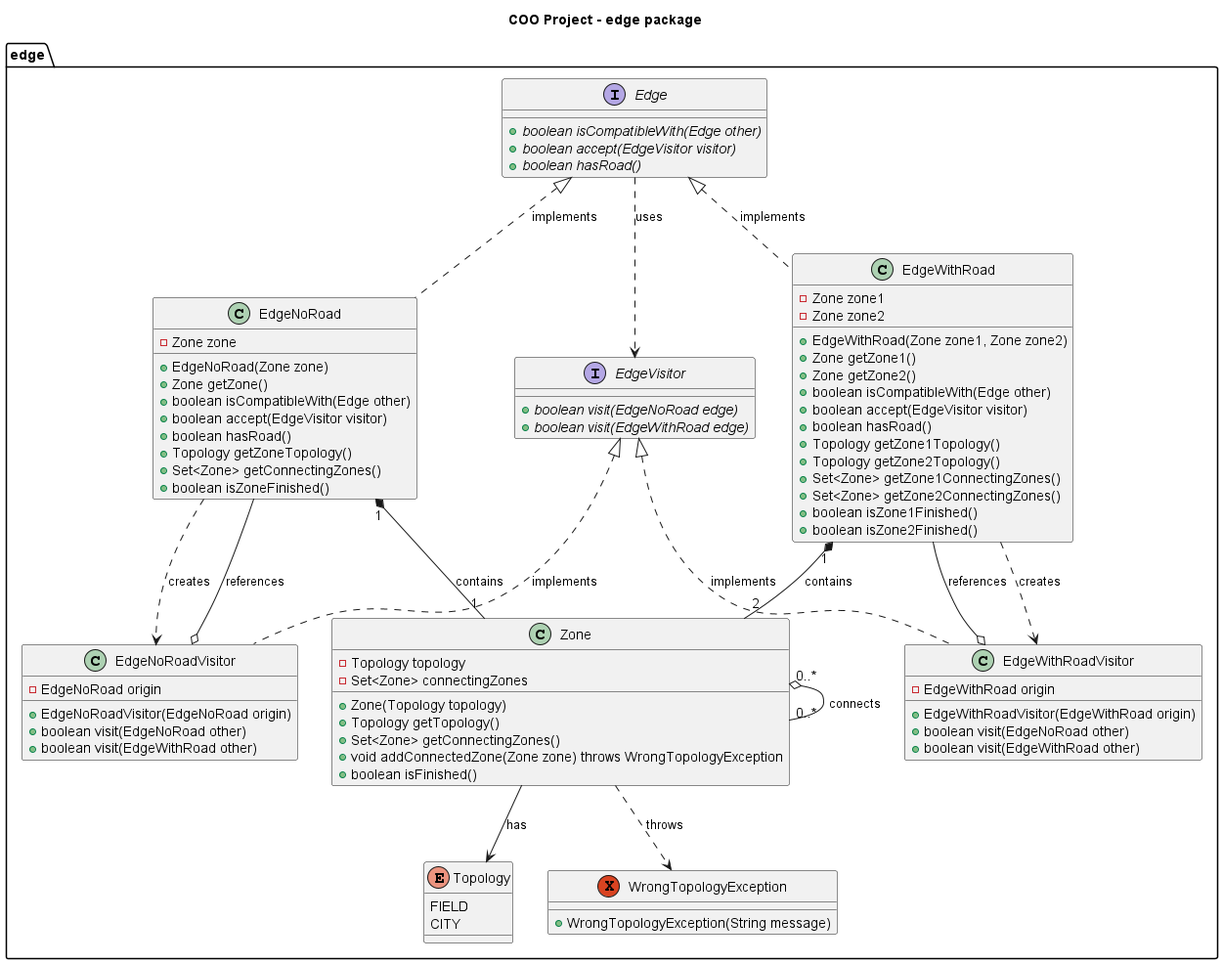
This is umls/edge_package.png from Tom-Taffin/game-elements_projet_l3, a PlantUML export, as it was before one commit. Its source is kept beside it as umls/edge_package.puml.
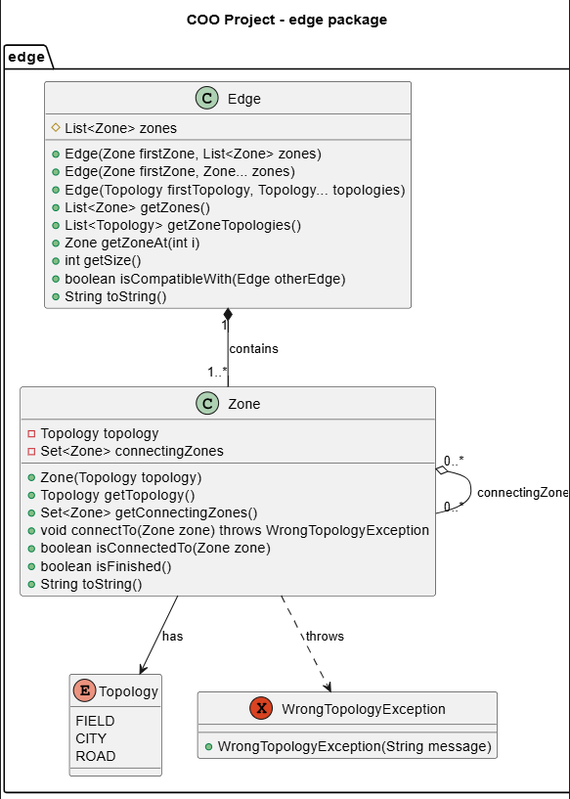
Above is the later version.

Change to the diagram source:
```diff
@@ -2,41 +2,18 @@
 title COO Project - edge package
 
 package edge {
-    interface Edge {
-        + {abstract} boolean isCompatibleWith(Edge other)
-        + {abstract} boolean accept(EdgeVisitor visitor)
-        + {abstract} boolean hasRoad()
-    }
+    class Edge {
+        # List<Zone> zones
 
-    class EdgeNoRoad {
-        - Zone zone
-
-        + EdgeNoRoad(Zone zone)
-        + Zone getZone()
-        + boolean isCompatibleWith(Edge other)
-        + boolean accept(EdgeVisitor visitor)
-        + boolean hasRoad()
-        + Topology getZoneTopology()
-        + Set<Zone> getConnectingZones()
-        + boolean isZoneFinished()
-    }
-
-    class EdgeWithRoad {
-        - Zone zone1
-        - Zone zone2
-
-        + EdgeWithRoad(Zone zone1, Zone zone2)
-        + Zone getZone1()
-        + Zone getZone2()
-        + boolean isCompatibleWith(Edge other)
-        + boolean accept(EdgeVisitor visitor)
-        + boolean hasRoad()
-        + Topology getZone1Topology()
-        + Topology getZone2Topology()
-        + Set<Zone> getZone1ConnectingZones()
-        + Set<Zone> getZone2ConnectingZones()
-        + boolean isZone1Finished()
-        + boolean isZone2Finished()
+        + Edge(Zone firstZone, List<Zone> zones)
+        + Edge(Zone firstZone, Zone... zones)
+        + Edge(Topology firstTopology, Topology... topologies)
+        + List<Zone> getZones()
+        + List<Topology> getZoneTopologies()
+        + Zone getZoneAt(int i)
+        + int getSize()
+        + boolean isCompatibleWith(Edge otherEdge)
+        + String toString()
     }
 
     class Zone {
@@ -46,57 +23,26 @@
         + Zone(Topology topology)
         + Topology getTopology()
         + Set<Zone> getConnectingZones()
-        + void addConnectedZone(Zone zone) throws WrongTopologyException
+        + void connectTo(Zone zone) throws WrongTopologyException
+        + boolean isConnectedTo(Zone zone)
         + boolean isFinished()
-    }
-
-    interface EdgeVisitor {
-        + {abstract} boolean visit(EdgeNoRoad edge)
-        + {abstract} boolean visit(EdgeWithRoad edge)
-    }
-
-    class EdgeNoRoadVisitor {
-        - EdgeNoRoad origin
-
-        + EdgeNoRoadVisitor(EdgeNoRoad origin)
-        + boolean visit(EdgeNoRoad other)
-        + boolean visit(EdgeWithRoad other)
-    }
-
-    class EdgeWithRoadVisitor {
-        - EdgeWithRoad origin
-
-        + EdgeWithRoadVisitor(EdgeWithRoad origin)
-        + boolean visit(EdgeNoRoad other)
-        + boolean visit(EdgeWithRoad other)
+        + String toString()
     }
 
     enum Topology {
         FIELD
         CITY
+        ROAD
     }
 
     exception WrongTopologyException {
         + WrongTopologyException(String message)
     }
 
-    Edge <|.. EdgeNoRoad : implements
-    Edge <|.. EdgeWithRoad : implements
-    EdgeVisitor <|.. EdgeNoRoadVisitor : implements
-    EdgeVisitor <|.. EdgeWithRoadVisitor : implements
-
-    EdgeNoRoad "1" *-- "1" Zone : contains
-    EdgeWithRoad "1" *-- "2" Zone : contains
-    Zone "0..*" o-- "0..*" Zone : connects
+    Edge "1" *-- "1..*" Zone : contains
+    Zone "0..*" o-- "0..*" Zone : connectingZones
     Zone --> Topology : has
     Zone ..> WrongTopologyException : throws
-
-    EdgeNoRoadVisitor o-- EdgeNoRoad : references
-    EdgeWithRoadVisitor o-- EdgeWithRoad : references
-
-    Edge ..> EdgeVisitor : uses
-    EdgeNoRoad ..> EdgeNoRoadVisitor : creates
-    EdgeWithRoad ..> EdgeWithRoadVisitor : creates
 }
 
 @enduml
```
